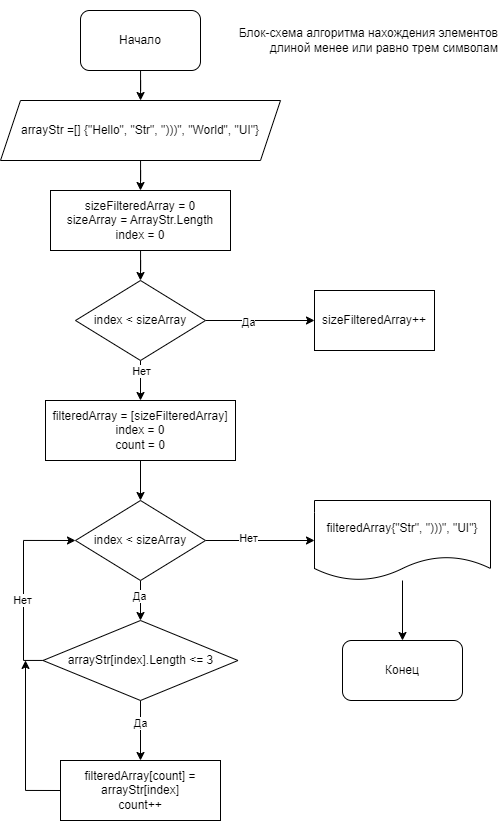
Above: Блок-схема итоговой КР.png in SergeyPushkarev/FinalCW (draw.io), before the change. Source tidied: cells renumbered, new cells last; positions are measured from the earlier drawing's top-left corner, leaving out a move shared by most shapes.
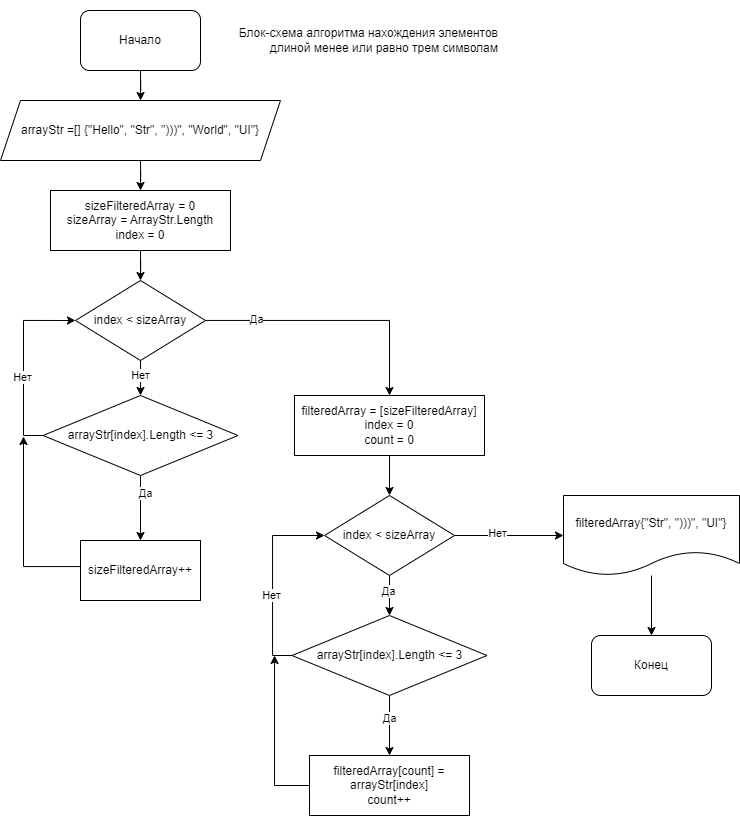
Above is the later version.

Commit message:
исправил ошибку в блок-схеме

The edit, as a diff of the source:
```diff
@@ -27,29 +27,29 @@
       <mxGeometry x="-0.23" y="-2" relative="1" as="geometry" />
     </mxCell>
     <mxCell id="10" value="index &amp;lt; sizeArray" style="rhombus;whiteSpace=wrap;html=1;" parent="1" vertex="1">
-      <mxGeometry x="75" y="500" width="130" height="80" as="geometry" />
+      <mxGeometry x="324" y="495" width="130" height="80" as="geometry" />
     </mxCell>
     <mxCell id="11" style="edgeStyle=orthogonalEdgeStyle;rounded=0;jettySize=auto;html=1;entryX=0.5;entryY=0;entryDx=0;entryDy=0;" parent="1" edge="1" source="12" target="13">
       <mxGeometry relative="1" as="geometry" />
     </mxCell>
     <mxCell id="12" value="filteredArray{&quot;Str&quot;, &quot;)))&quot;, &quot;UI&quot;}" style="shape=document;whiteSpace=wrap;html=1;boundedLbl=1;" parent="1" vertex="1">
-      <mxGeometry x="314" y="500" width="176" height="80" as="geometry" />
+      <mxGeometry x="563" y="495" width="176" height="80" as="geometry" />
     </mxCell>
     <mxCell id="13" value="Конец" style="rounded=1;whiteSpace=wrap;html=1;" parent="1" vertex="1">
-      <mxGeometry x="342" y="640" width="120" height="60" as="geometry" />
+      <mxGeometry x="591" y="635" width="120" height="60" as="geometry" />
     </mxCell>
+    <mxCell id="32" style="edgeStyle=orthogonalEdgeStyle;rounded=0;jettySize=auto;html=1;entryX=0.5;entryY=0;entryDx=0;entryDy=0;" parent="1" edge="1" source="18" target="38">
+      <mxGeometry relative="1" as="geometry" />
+    </mxCell>
+    <mxCell id="33" value="Нет" style="edgeLabel;html=1;align=center;verticalAlign=middle;" parent="32" vertex="1">
+      <mxGeometry x="-0.36" y="-1" relative="1" as="geometry" />
+    </mxCell>
     <mxCell id="14" style="edgeStyle=orthogonalEdgeStyle;rounded=0;jettySize=auto;html=1;entryX=0.5;entryY=0;entryDx=0;entryDy=0;" parent="1" edge="1" source="18" target="23">
       <mxGeometry relative="1" as="geometry" />
     </mxCell>
-    <mxCell id="15" value="Нет" style="edgeLabel;html=1;align=center;verticalAlign=middle;" parent="14" vertex="1">
-      <mxGeometry x="-0.5" relative="1" as="geometry" />
-    </mxCell>
-    <mxCell id="16" style="edgeStyle=orthogonalEdgeStyle;rounded=0;jettySize=auto;html=1;entryX=0;entryY=0.5;entryDx=0;entryDy=0;" parent="1" edge="1" source="18" target="21">
-      <mxGeometry relative="1" as="geometry" />
-    </mxCell>
-    <mxCell id="17" value="Да" style="edgeLabel;html=1;align=center;verticalAlign=middle;" parent="16" vertex="1">
-      <mxGeometry x="-0.23" y="-1" relative="1" as="geometry" />
-    </mxCell>
+    <mxCell id="34" value="Да" style="edgeLabel;html=1;align=center;verticalAlign=middle;" parent="14" vertex="1">
+      <mxGeometry x="-0.61" y="2" relative="1" as="geometry" />
+    </mxCell>
     <mxCell id="18" value="index &amp;lt; sizeArray" style="rhombus;whiteSpace=wrap;html=1;" parent="1" vertex="1">
       <mxGeometry x="75" y="280" width="130" height="80" as="geometry" />
     </mxCell>
@@ -59,14 +59,23 @@
     <mxCell id="20" value="sizeFilteredArray = 0&lt;br&gt;sizeArray = ArrayStr.Length&lt;br&gt;index = 0" style="rounded=0;whiteSpace=wrap;html=1;" parent="1" vertex="1">
       <mxGeometry x="50" y="190" width="180" height="60" as="geometry" />
     </mxCell>
+    <mxCell id="35" style="edgeStyle=orthogonalEdgeStyle;rounded=0;jettySize=auto;html=1;exitX=0;exitY=0.5;exitDx=0;exitDy=0;" parent="1" edge="1" source="21">
+      <mxGeometry relative="1" as="geometry">
+        <mxPoint x="23" y="436" as="targetPoint" />
+        <Array as="points">
+          <mxPoint x="80" y="566" />
+          <mxPoint x="23" y="566" />
+        </Array>
+      </mxGeometry>
+    </mxCell>
     <mxCell id="21" value="sizeFilteredArray++" style="rounded=0;whiteSpace=wrap;html=1;" parent="1" vertex="1">
-      <mxGeometry x="314" y="290" width="120" height="60" as="geometry" />
+      <mxGeometry x="80" y="540" width="120" height="60" as="geometry" />
     </mxCell>
     <mxCell id="22" style="edgeStyle=orthogonalEdgeStyle;rounded=0;jettySize=auto;html=1;entryX=0.5;entryY=0;entryDx=0;entryDy=0;" parent="1" edge="1" source="23" target="10">
       <mxGeometry relative="1" as="geometry" />
     </mxCell>
     <mxCell id="23" value="filteredArray = [sizeFilteredArray]&lt;br&gt;index = 0&lt;br&gt;count = 0" style="rounded=0;whiteSpace=wrap;html=1;" parent="1" vertex="1">
-      <mxGeometry x="45" y="400" width="190" height="60" as="geometry" />
+      <mxGeometry x="294" y="395" width="190" height="60" as="geometry" />
     </mxCell>
     <mxCell id="24" style="edgeStyle=orthogonalEdgeStyle;rounded=0;jettySize=auto;html=1;entryX=0.5;entryY=0;entryDx=0;entryDy=0;" parent="1" edge="1" source="28" target="30">
       <mxGeometry relative="1" as="geometry" />
@@ -77,8 +86,8 @@
     <mxCell id="26" style="edgeStyle=orthogonalEdgeStyle;rounded=0;jettySize=auto;html=1;entryX=0;entryY=0.5;entryDx=0;entryDy=0;" parent="1" edge="1" source="28" target="10">
       <mxGeometry relative="1" as="geometry">
         <Array as="points">
-          <mxPoint x="23" y="660" />
-          <mxPoint x="23" y="540" />
+          <mxPoint x="272" y="655" />
+          <mxPoint x="272" y="535" />
         </Array>
       </mxGeometry>
     </mxCell>
@@ -88,21 +97,45 @@
       </mxGeometry>
     </mxCell>
     <mxCell id="28" value="arrayStr[index].Length &amp;lt;= 3" style="rhombus;whiteSpace=wrap;html=1;" parent="1" vertex="1">
-      <mxGeometry x="42.5" y="620" width="195" height="80" as="geometry" />
+      <mxGeometry x="291.5" y="615" width="195" height="80" as="geometry" />
     </mxCell>
     <mxCell id="29" style="edgeStyle=orthogonalEdgeStyle;rounded=0;jettySize=auto;html=1;exitX=0;exitY=0.5;exitDx=0;exitDy=0;" parent="1" edge="1" source="30">
       <mxGeometry relative="1" as="geometry">
-        <mxPoint x="24" y="660" as="targetPoint" />
+        <mxPoint x="273" y="655" as="targetPoint" />
         <Array as="points">
-          <mxPoint x="25" y="790" />
+          <mxPoint x="274" y="785" />
         </Array>
       </mxGeometry>
     </mxCell>
     <mxCell id="30" value="filteredArray[count] = arrayStr[index]&lt;br&gt;count++" style="rounded=0;whiteSpace=wrap;html=1;" parent="1" vertex="1">
-      <mxGeometry x="60" y="760" width="160" height="60" as="geometry" />
+      <mxGeometry x="309" y="755" width="160" height="60" as="geometry" />
     </mxCell>
     <mxCell id="31" value="Блок-схема алгоритма нахождения элементов длиной менее или равно трем символам" style="text;html=1;strokeColor=none;fillColor=none;align=right;verticalAlign=middle;whiteSpace=wrap;rounded=0;" parent="1" vertex="1">
       <mxGeometry x="210" width="290" height="80" as="geometry" />
     </mxCell>
+    <mxCell id="36" style="edgeStyle=orthogonalEdgeStyle;rounded=0;jettySize=auto;html=1;entryX=0.5;entryY=0;entryDx=0;entryDy=0;" parent="1" edge="1" source="38" target="21">
+      <mxGeometry relative="1" as="geometry" />
+    </mxCell>
+    <mxCell id="37" value="Да" style="edgeLabel;html=1;align=center;verticalAlign=middle;" parent="36" vertex="1">
+      <mxGeometry x="-0.44" y="4" relative="1" as="geometry">
+        <mxPoint y="-1" as="offset" />
+      </mxGeometry>
+    </mxCell>
+    <mxCell id="38" value="arrayStr[index].Length &amp;lt;= 3" style="rhombus;whiteSpace=wrap;html=1;" parent="1" vertex="1">
+      <mxGeometry x="42.5" y="395" width="195" height="80" as="geometry" />
+    </mxCell>
+    <mxCell id="39" style="edgeStyle=orthogonalEdgeStyle;rounded=0;jettySize=auto;html=1;entryX=0;entryY=0.5;entryDx=0;entryDy=0;exitX=0;exitY=0.5;exitDx=0;exitDy=0;" parent="1" edge="1" source="38" target="18">
+      <mxGeometry relative="1" as="geometry">
+        <Array as="points">
+          <mxPoint x="23" y="435" />
+          <mxPoint x="23" y="320" />
+        </Array>
+      </mxGeometry>
+    </mxCell>
+    <mxCell id="40" value="Нет" style="edgeLabel;html=1;align=center;verticalAlign=middle;" parent="39" vertex="1">
+      <mxGeometry x="-0.15" y="2" relative="1" as="geometry">
+        <mxPoint y="1" as="offset" />
+      </mxGeometry>
+    </mxCell>
   </root>
 </mxGraphModel>
```
